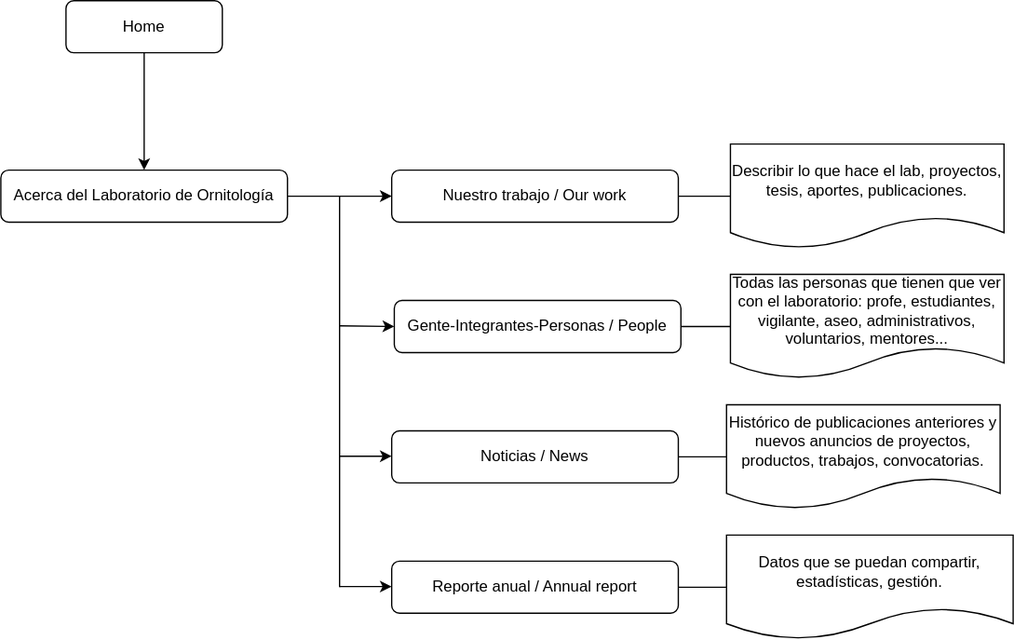
This is univalle.drawio.svg from isabelyb/univalle, a draw.io export, as it was before one commit. Source tidied: cells renumbered, new cells last; positions are measured from the earlier drawing's top-left corner, leaving out a move shared by most shapes.
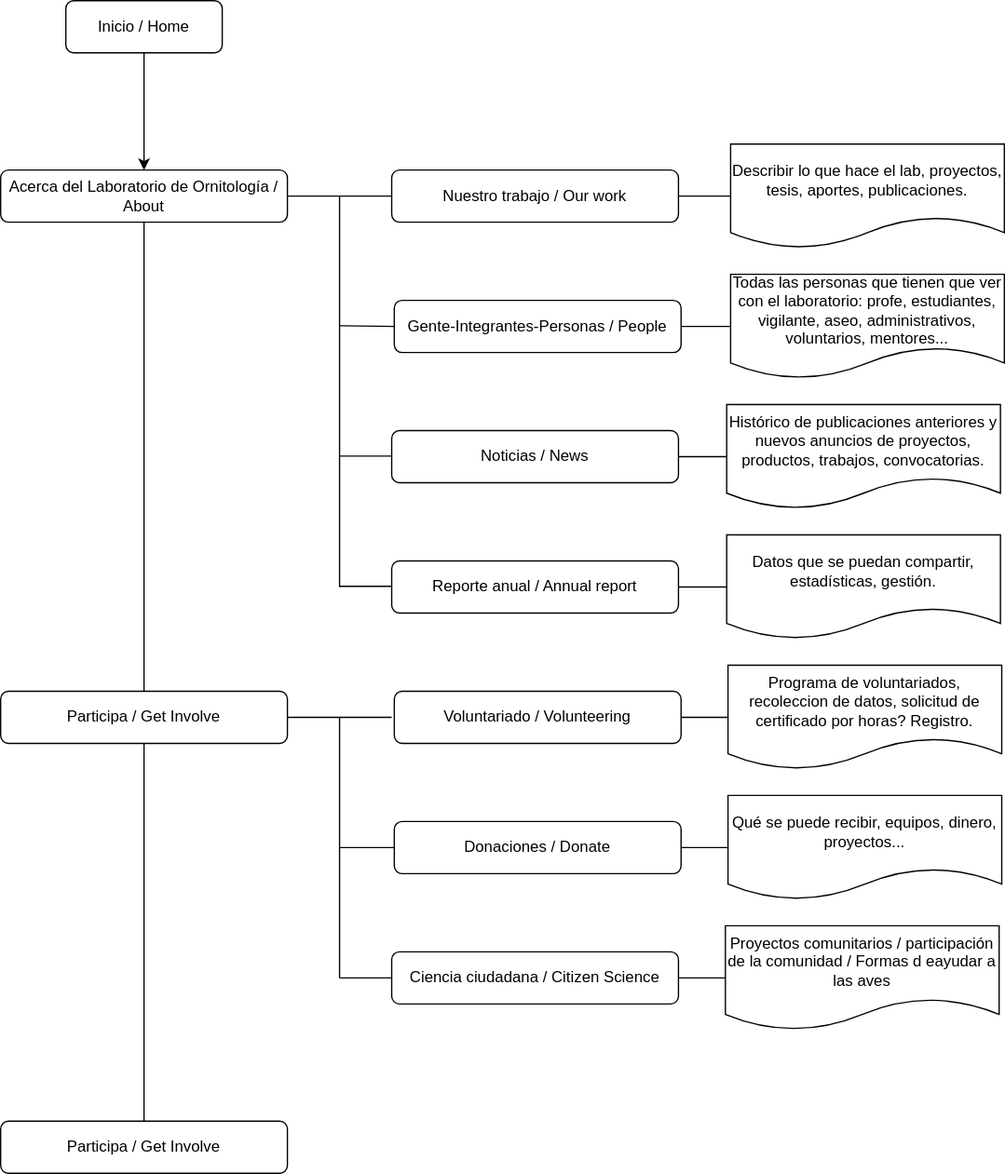
After the change.

Diff of the diagram source:
```diff
@@ -5,13 +5,16 @@
     <mxCell id="2" style="edgeStyle=orthogonalEdgeStyle;rounded=0;jettySize=auto;html=1;" parent="1" edge="1" source="3" target="5">
       <mxGeometry relative="1" as="geometry" />
     </mxCell>
-    <mxCell id="3" value="Home" style="rounded=1;whiteSpace=wrap;html=1;fontSize=12;glass=0;strokeWidth=1;shadow=0;" parent="1" vertex="1">
+    <mxCell id="3" value="Inicio / Home" style="rounded=1;whiteSpace=wrap;html=1;fontSize=12;glass=0;strokeWidth=1;shadow=0;" parent="1" vertex="1">
       <mxGeometry x="50" width="120" height="40" as="geometry" />
     </mxCell>
-    <mxCell id="4" style="edgeStyle=orthogonalEdgeStyle;rounded=0;jettySize=auto;html=1;" parent="1" edge="1" source="5" target="7">
+    <mxCell id="4" style="edgeStyle=orthogonalEdgeStyle;rounded=0;jettySize=auto;html=1;endArrow=none;endFill=0;" parent="1" edge="1" source="5" target="7">
       <mxGeometry relative="1" as="geometry" />
     </mxCell>
+    <mxCell id="22" style="edgeStyle=orthogonalEdgeStyle;rounded=0;jettySize=auto;html=1;endArrow=none;endFill=0;" parent="1" edge="1" source="5" target="25">
+      <mxGeometry relative="1" as="geometry" />
+    </mxCell>
-    <mxCell id="5" value="Acerca del Laboratorio de Ornitología" style="rounded=1;whiteSpace=wrap;html=1;fontSize=12;glass=0;strokeWidth=1;shadow=0;" parent="1" vertex="1">
+    <mxCell id="5" value="Acerca del Laboratorio de Ornitología / About" style="rounded=1;whiteSpace=wrap;html=1;fontSize=12;glass=0;strokeWidth=1;shadow=0;" parent="1" vertex="1">
       <mxGeometry y="130" width="220" height="40" as="geometry" />
     </mxCell>
     <mxCell id="6" style="edgeStyle=orthogonalEdgeStyle;rounded=0;jettySize=auto;html=1;endArrow=none;endFill=0;" parent="1" edge="1" source="7" target="18">
@@ -26,7 +29,7 @@
         <mxPoint x="260" y="450" as="targetPoint" />
       </mxGeometry>
     </mxCell>
-    <mxCell id="9" style="endArrow=classic;html=1;rounded=0;entryX=0;entryY=0.5;entryDx=0;entryDy=0;" parent="1" edge="1" target="10">
+    <mxCell id="9" style="endArrow=none;html=1;rounded=0;entryX=0;entryY=0.5;entryDx=0;entryDy=0;endFill=0;" parent="1" edge="1" target="10">
       <mxGeometry relative="1" as="geometry">
         <mxPoint x="260" y="249.5" as="sourcePoint" />
       </mxGeometry>
@@ -34,7 +37,7 @@
     <mxCell id="10" value="Gente-Integrantes-Personas / People" style="rounded=1;whiteSpace=wrap;html=1;fontSize=12;glass=0;strokeWidth=1;shadow=0;" parent="1" vertex="1">
       <mxGeometry x="302" y="230" width="220" height="40" as="geometry" />
     </mxCell>
-    <mxCell id="11" style="endArrow=classic;html=1;rounded=0;" parent="1" edge="1">
+    <mxCell id="11" style="endArrow=none;html=1;rounded=0;endFill=0;" parent="1" edge="1">
       <mxGeometry relative="1" as="geometry">
         <mxPoint x="260" y="349.5" as="sourcePoint" />
         <mxPoint x="300" y="349.5" as="targetPoint" />
@@ -46,7 +49,7 @@
     <mxCell id="12" value="Noticias / News" style="rounded=1;whiteSpace=wrap;html=1;fontSize=12;glass=0;strokeWidth=1;shadow=0;" parent="1" vertex="1">
       <mxGeometry x="300" y="330" width="220" height="40" as="geometry" />
     </mxCell>
-    <mxCell id="13" style="endArrow=classic;html=1;rounded=0;" parent="1" edge="1">
+    <mxCell id="13" style="endArrow=none;html=1;rounded=0;endFill=0;" parent="1" edge="1">
       <mxGeometry relative="1" as="geometry">
         <mxPoint x="260" y="449.5" as="sourcePoint" />
         <mxPoint x="300" y="449.5" as="targetPoint" />
@@ -62,7 +65,7 @@
       <mxGeometry relative="1" as="geometry" />
     </mxCell>
     <mxCell id="16" value="Datos que se puedan compartir, estadísticas, gestión." style="shape=document;whiteSpace=wrap;html=1;boundedLbl=1;rounded=1;shadow=0;strokeWidth=1;glass=0;" parent="1" vertex="1">
-      <mxGeometry x="557" y="410" width="220" height="80" as="geometry" />
+      <mxGeometry x="557" y="410" width="210" height="80" as="geometry" />
     </mxCell>
     <mxCell id="17" style="edgeStyle=orthogonalEdgeStyle;rounded=0;jettySize=auto;html=1;endArrow=none;endFill=0;exitX=1;exitY=0.5;exitDx=0;exitDy=0;exitPerimeter=0;" parent="1" edge="1" source="10" target="19">
       <mxGeometry relative="1" as="geometry" />
@@ -79,5 +82,63 @@
     <mxCell id="21" value="Histórico de publicaciones anteriores y nuevos anuncios de proyectos, productos, trabajos, convocatorias." style="shape=document;whiteSpace=wrap;html=1;boundedLbl=1;rounded=1;shadow=0;strokeWidth=1;glass=0;" parent="1" vertex="1">
       <mxGeometry x="557" y="310" width="210" height="80" as="geometry" />
     </mxCell>
+    <mxCell id="23" style="edgeStyle=orthogonalEdgeStyle;rounded=0;jettySize=auto;html=1;endArrow=none;endFill=0;" parent="1" edge="1" source="25">
+      <mxGeometry relative="1" as="geometry">
+        <mxPoint x="300" y="550" as="targetPoint" />
+      </mxGeometry>
+    </mxCell>
+    <mxCell id="24" style="edgeStyle=orthogonalEdgeStyle;rounded=0;jettySize=auto;html=1;endArrow=none;endFill=0;" parent="1" edge="1" source="25" target="38">
+      <mxGeometry relative="1" as="geometry" />
+    </mxCell>
+    <mxCell id="25" value="Participa / Get Involve" style="whiteSpace=wrap;html=1;rounded=1;shadow=0;strokeWidth=1;glass=0;" parent="1" vertex="1">
+      <mxGeometry y="530" width="220" height="40" as="geometry" />
+    </mxCell>
+    <mxCell id="26" style="endArrow=none;html=1;rounded=0;" parent="1" edge="1">
+      <mxGeometry relative="1" as="geometry">
+        <mxPoint x="260" y="550" as="sourcePoint" />
+        <mxPoint x="260" y="750" as="targetPoint" />
+      </mxGeometry>
+    </mxCell>
+    <mxCell id="27" style="edgeStyle=orthogonalEdgeStyle;rounded=0;jettySize=auto;html=1;endArrow=none;endFill=0;" parent="1" edge="1" source="28" target="29">
+      <mxGeometry relative="1" as="geometry" />
+    </mxCell>
+    <mxCell id="28" value="Voluntariado / Volunteering" style="rounded=1;whiteSpace=wrap;html=1;fontSize=12;glass=0;strokeWidth=1;shadow=0;" parent="1" vertex="1">
+      <mxGeometry x="302" y="530" width="220" height="40" as="geometry" />
+    </mxCell>
+    <mxCell id="29" value="Programa de voluntariados, recoleccion de datos, solicitud de certificado por horas? Registro." style="shape=document;whiteSpace=wrap;html=1;boundedLbl=1;rounded=1;shadow=0;strokeWidth=1;glass=0;" parent="1" vertex="1">
+      <mxGeometry x="558" y="510" width="210" height="80" as="geometry" />
+    </mxCell>
+    <mxCell id="30" style="edgeStyle=orthogonalEdgeStyle;rounded=0;jettySize=auto;html=1;endArrow=none;endFill=0;" parent="1" edge="1" source="31" target="32">
+      <mxGeometry relative="1" as="geometry" />
+    </mxCell>
+    <mxCell id="31" value="Donaciones / Donate" style="rounded=1;whiteSpace=wrap;html=1;fontSize=12;glass=0;strokeWidth=1;shadow=0;" parent="1" vertex="1">
+      <mxGeometry x="302" y="630" width="220" height="40" as="geometry" />
+    </mxCell>
+    <mxCell id="32" value="Qué se puede recibir, equipos, dinero, proyectos..." style="shape=document;whiteSpace=wrap;html=1;boundedLbl=1;rounded=1;shadow=0;strokeWidth=1;glass=0;" parent="1" vertex="1">
+      <mxGeometry x="558" y="610" width="210" height="80" as="geometry" />
+    </mxCell>
+    <mxCell id="33" style="endArrow=none;html=1;rounded=0;endFill=0;entryX=0;entryY=0.5;entryDx=0;entryDy=0;" parent="1" edge="1" target="31">
+      <mxGeometry relative="1" as="geometry">
+        <mxPoint x="260" y="650" as="sourcePoint" />
+      </mxGeometry>
+    </mxCell>
+    <mxCell id="34" style="edgeStyle=orthogonalEdgeStyle;rounded=0;jettySize=auto;html=1;endArrow=none;endFill=0;" parent="1" edge="1" source="35" target="36">
+      <mxGeometry relative="1" as="geometry" />
+    </mxCell>
+    <mxCell id="35" value="Ciencia ciudadana / Citizen Science" style="rounded=1;whiteSpace=wrap;html=1;fontSize=12;glass=0;strokeWidth=1;shadow=0;" parent="1" vertex="1">
+      <mxGeometry x="300" y="730" width="220" height="40" as="geometry" />
+    </mxCell>
+    <mxCell id="36" value="Proyectos comunitarios / participación de la comunidad / Formas d eayudar a las aves" style="shape=document;whiteSpace=wrap;html=1;boundedLbl=1;rounded=1;shadow=0;strokeWidth=1;glass=0;" parent="1" vertex="1">
+      <mxGeometry x="556" y="710" width="210" height="80" as="geometry" />
+    </mxCell>
+    <mxCell id="37" style="endArrow=none;html=1;rounded=0;" parent="1" edge="1">
+      <mxGeometry relative="1" as="geometry">
+        <mxPoint x="260" y="750" as="sourcePoint" />
+        <mxPoint x="300" y="750" as="targetPoint" />
+      </mxGeometry>
+    </mxCell>
+    <mxCell id="38" value="Participa / Get Involve" style="whiteSpace=wrap;html=1;rounded=1;shadow=0;strokeWidth=1;glass=0;" parent="1" vertex="1">
+      <mxGeometry y="860" width="220" height="40" as="geometry" />
+    </mxCell>
   </root>
 </mxGraphModel>
```
